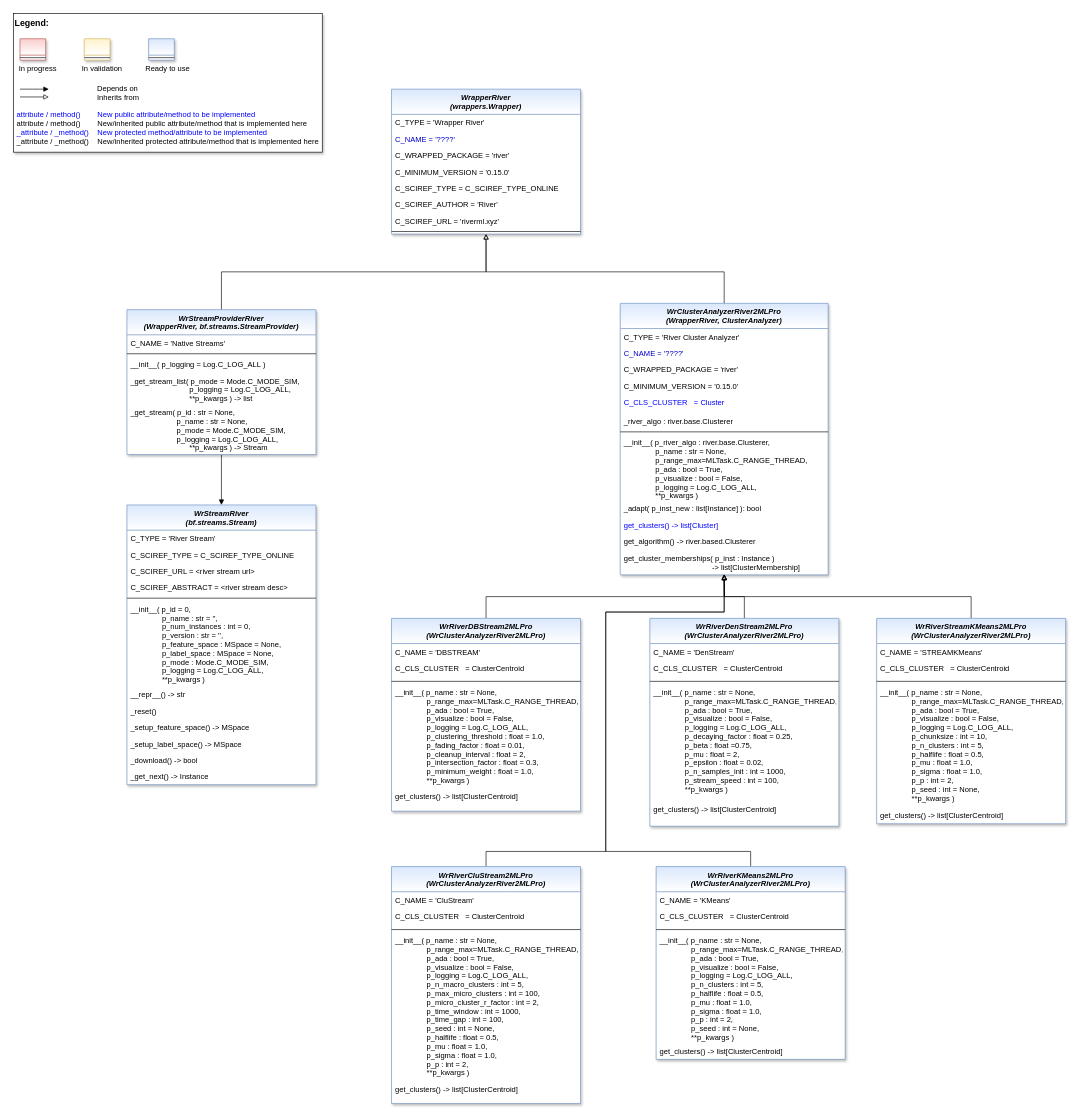
The draw.io diagram doc/rtd/content/04_appendices/appendix2/sub/wrappers/images/MLPro-Wrappers-River.drawio in fhswf/MLPro, before the edit. Source tidied: cells renumbered, new cells numbered last; positions are measured from the earlier drawing's top-left corner, leaving out a move shared by most shapes. Both pictures are drawn from the tidied source at 63%, with x=0, y=0 at pixel (13, 13).
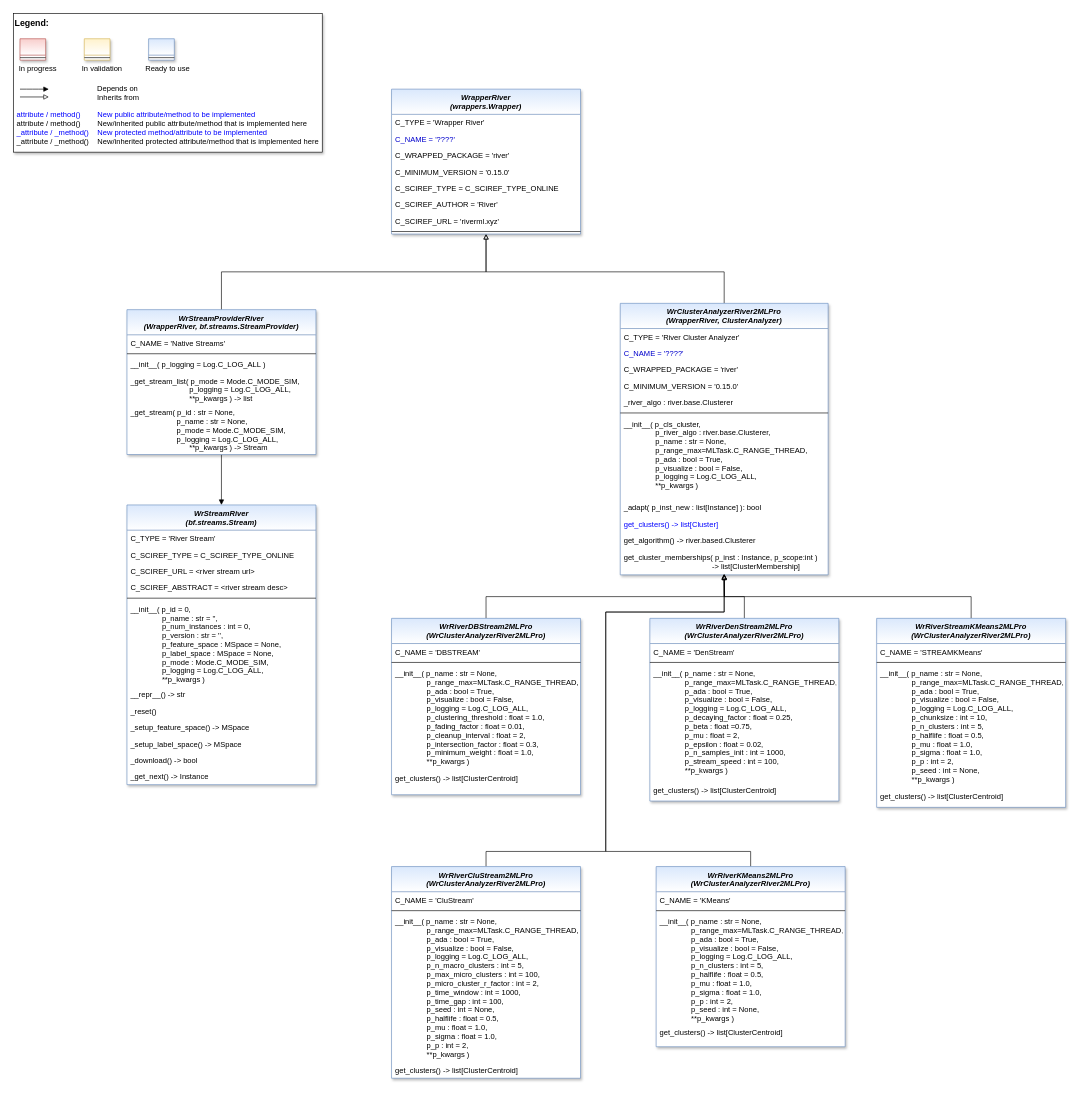
The same diagram, later.

Commit message (it also covers changes not shown here):
WR: Wrapper River 2.0.0 #735

The change refers to these unchanged cells:
```xml
<mxCell id="20" value="WrClusterAnalyzerRiver2MLPro &#10;(WrapperRiver, ClusterAnalyzer)" style="swimlane;fontStyle=3;align=center;verticalAlign=top;horizontal=1;startSize=40;rounded=0;shadow=1;strokeWidth=1;fillColor=#dae8fc;strokeColor=#6c8ebf;swimlaneFillColor=#ffffff;gradientColor=#FFFFFF;" parent="1" vertex="1">
  <mxGeometry x="963" y="460" width="330" height="431" as="geometry" />
</mxCell>
```

Diff of the diagram source:
```diff
@@
     <mxCell id="13" value="WrRiverCluStream2MLPro&#10;(WrClusterAnalyzerRiver2MLPro)" style="swimlane;fontStyle=3;align=center;verticalAlign=top;horizontal=1;startSize=40;rounded=0;shadow=1;strokeWidth=1;fillColor=#dae8fc;strokeColor=#6c8ebf;swimlaneFillColor=#ffffff;gradientColor=#FFFFFF;" parent="1" vertex="1">
-      <mxGeometry x="600" y="1354" width="300" height="376" as="geometry" />
+      <mxGeometry x="600" y="1354" width="300" height="336" as="geometry" />
     </mxCell>
@@
-    <mxCell id="15" value="C_CLS_CLUSTER   = ClusterCentroid" style="text;align=left;verticalAlign=top;spacingLeft=4;spacingRight=4;overflow=hidden;fontColor=default;" parent="13" vertex="1">
-      <mxGeometry y="66" width="300" height="30" as="geometry" />
-    </mxCell>
     <mxCell id="16" style="line;html=1;strokeWidth=1;align=left;verticalAlign=middle;spacingTop=-1;spacingLeft=3;spacingRight=3;labelPosition=right;" parent="13" vertex="1">
-      <mxGeometry y="96" width="300" height="8" as="geometry" />
+      <mxGeometry y="66" width="300" height="8" as="geometry" />
     </mxCell>
     <mxCell id="17" value="__init__( p_name : str = None,&#10;               p_range_max=MLTask.C_RANGE_THREAD,&#10;               p_ada : bool = True,&#10;               p_visualize : bool = False,&#10;               p_logging = Log.C_LOG_ALL,&#10;               p_n_macro_clusters : int = 5,&#10;               p_max_micro_clusters : int = 100,&#10;               p_micro_cluster_r_factor : int = 2,&#10;               p_time_window : int = 1000,&#10;               p_time_gap : int = 100,&#10;               p_seed : int = None,&#10;               p_halflife : float = 0.5,&#10;               p_mu : float = 1.0,&#10;               p_sigma : float = 1.0,&#10;               p_p : int = 2,&#10;               **p_kwargs )" style="text;align=left;verticalAlign=top;spacingLeft=4;spacingRight=4;overflow=hidden;fontColor=default;" parent="13" vertex="1">
-      <mxGeometry y="104" width="300" height="236" as="geometry" />
+      <mxGeometry y="74" width="300" height="236" as="geometry" />
     </mxCell>
     <mxCell id="18" value="get_clusters() -&gt; list[ClusterCentroid]" style="text;align=left;verticalAlign=top;spacingLeft=4;spacingRight=4;overflow=hidden;fontColor=default;" parent="13" vertex="1">
-      <mxGeometry y="340" width="300" height="26" as="geometry" />
+      <mxGeometry y="310" width="300" height="26" as="geometry" />
     </mxCell>
@@
-    <mxCell id="25" value="C_CLS_CLUSTER   = Cluster" style="text;align=left;verticalAlign=top;spacingLeft=4;spacingRight=4;overflow=hidden;fontColor=#0000FF;" parent="20" vertex="1">
-      <mxGeometry y="144" width="330" height="30" as="geometry" />
-    </mxCell>
     <mxCell id="26" value="_river_algo : river.base.Clusterer" style="text;align=left;verticalAlign=top;spacingLeft=4;spacingRight=4;overflow=hidden;fontColor=default;" parent="20" vertex="1">
-      <mxGeometry y="174" width="330" height="26" as="geometry" />
+      <mxGeometry y="144" width="330" height="26" as="geometry" />
     </mxCell>
     <mxCell id="27" style="line;html=1;strokeWidth=1;align=left;verticalAlign=middle;spacingTop=-1;spacingLeft=3;spacingRight=3;labelPosition=right;" parent="20" vertex="1">
-      <mxGeometry y="200" width="330" height="8" as="geometry" />
+      <mxGeometry y="170" width="330" height="8" as="geometry" />
     </mxCell>
-    <mxCell id="28" value="__init__( p_river_algo : river.base.Clusterer,&#10;               p_name : str = None,&#10;               p_range_max=MLTask.C_RANGE_THREAD,&#10;               p_ada : bool = True,&#10;               p_visualize : bool = False,&#10;               p_logging = Log.C_LOG_ALL,&#10;               **p_kwargs )" style="text;align=left;verticalAlign=top;spacingLeft=4;spacingRight=4;overflow=hidden;fontColor=default;" parent="20" vertex="1">
-      <mxGeometry y="208" width="330" height="104" as="geometry" />
+    <mxCell id="28" value="__init__( p_cls_cluster,&#10;               p_river_algo : river.base.Clusterer,&#10;               p_name : str = None,&#10;               p_range_max=MLTask.C_RANGE_THREAD,&#10;               p_ada : bool = True,&#10;               p_visualize : bool = False,&#10;               p_logging = Log.C_LOG_ALL,&#10;               **p_kwargs )" style="text;align=left;verticalAlign=top;spacingLeft=4;spacingRight=4;overflow=hidden;fontColor=default;" parent="20" vertex="1">
+      <mxGeometry y="178" width="330" height="132" as="geometry" />
     </mxCell>
     <mxCell id="29" value="_adapt( p_inst_new : list[Instance] ): bool" style="text;align=left;verticalAlign=top;spacingLeft=4;spacingRight=4;overflow=hidden;fontColor=default;" parent="20" vertex="1">
-      <mxGeometry y="312" width="330" height="27" as="geometry" />
+      <mxGeometry y="310" width="330" height="27" as="geometry" />
     </mxCell>
     <mxCell id="30" value="get_clusters() -&gt; list[Cluster]" style="text;align=left;verticalAlign=top;spacingLeft=4;spacingRight=4;overflow=hidden;fontColor=#0000FF;" parent="20" vertex="1">
-      <mxGeometry y="339" width="330" height="26" as="geometry" />
+      <mxGeometry y="337" width="330" height="26" as="geometry" />
     </mxCell>
     <mxCell id="31" value="get_algorithm() -&gt; river.based.Clusterer" style="text;align=left;verticalAlign=top;spacingLeft=4;spacingRight=4;overflow=hidden;fontColor=default;" parent="20" vertex="1">
-      <mxGeometry y="365" width="330" height="27" as="geometry" />
+      <mxGeometry y="363" width="330" height="27" as="geometry" />
     </mxCell>
-    <mxCell id="32" value="get_cluster_memberships( p_inst : Instance ) &#10;                                          -&gt; list[ClusterMembership]" style="text;align=left;verticalAlign=top;spacingLeft=4;spacingRight=4;overflow=hidden;points=[[0,0.5],[1,0.5]];portConstraint=eastwest;fontColor=#000000;" parent="20" vertex="1">
-      <mxGeometry y="392" width="330" height="39" as="geometry" />
+    <mxCell id="32" value="get_cluster_memberships( p_inst : Instance, p_scope:int ) &#10;                                          -&gt; list[ClusterMembership]" style="text;align=left;verticalAlign=top;spacingLeft=4;spacingRight=4;overflow=hidden;points=[[0,0.5],[1,0.5]];portConstraint=eastwest;fontColor=#000000;" parent="20" vertex="1">
+      <mxGeometry y="390" width="330" height="39" as="geometry" />
     </mxCell>
@@
     <mxCell id="34" value="WrRiverDBStream2MLPro&#10;(WrClusterAnalyzerRiver2MLPro)" style="swimlane;fontStyle=3;align=center;verticalAlign=top;horizontal=1;startSize=40;rounded=0;shadow=1;strokeWidth=1;fillColor=#dae8fc;strokeColor=#6c8ebf;swimlaneFillColor=#ffffff;gradientColor=#FFFFFF;" parent="1" vertex="1">
-      <mxGeometry x="600" y="960" width="300" height="306" as="geometry" />
+      <mxGeometry x="600" y="960" width="300" height="280" as="geometry" />
     </mxCell>
@@
-    <mxCell id="36" value="C_CLS_CLUSTER   = ClusterCentroid" style="text;align=left;verticalAlign=top;spacingLeft=4;spacingRight=4;overflow=hidden;fontColor=default;" parent="34" vertex="1">
-      <mxGeometry y="66" width="300" height="30" as="geometry" />
-    </mxCell>
     <mxCell id="37" style="line;html=1;strokeWidth=1;align=left;verticalAlign=middle;spacingTop=-1;spacingLeft=3;spacingRight=3;labelPosition=right;" parent="34" vertex="1">
-      <mxGeometry y="96" width="300" height="8" as="geometry" />
+      <mxGeometry y="66" width="300" height="8" as="geometry" />
     </mxCell>
     <mxCell id="38" value="__init__( p_name : str = None,&#10;               p_range_max=MLTask.C_RANGE_THREAD,&#10;               p_ada : bool = True,&#10;               p_visualize : bool = False,&#10;               p_logging = Log.C_LOG_ALL,&#10;               p_clustering_threshold : float = 1.0,&#10;               p_fading_factor : float = 0.01,&#10;               p_cleanup_interval : float = 2,&#10;               p_intersection_factor : float = 0.3,&#10;               p_minimum_weight : float = 1.0,                 &#10;               **p_kwargs )" style="text;align=left;verticalAlign=top;spacingLeft=4;spacingRight=4;overflow=hidden;fontColor=default;" parent="34" vertex="1">
-      <mxGeometry y="104" width="300" height="166" as="geometry" />
+      <mxGeometry y="74" width="300" height="166" as="geometry" />
     </mxCell>
     <mxCell id="39" value="get_clusters() -&gt; list[ClusterCentroid]" style="text;align=left;verticalAlign=top;spacingLeft=4;spacingRight=4;overflow=hidden;fontColor=default;" parent="34" vertex="1">
-      <mxGeometry y="270" width="300" height="26" as="geometry" />
+      <mxGeometry y="240" width="300" height="26" as="geometry" />
     </mxCell>
@@
     <mxCell id="41" value="WrRiverDenStream2MLPro&#10;(WrClusterAnalyzerRiver2MLPro)" style="swimlane;fontStyle=3;align=center;verticalAlign=top;horizontal=1;startSize=40;rounded=0;shadow=1;strokeWidth=1;fillColor=#dae8fc;strokeColor=#6c8ebf;swimlaneFillColor=#ffffff;gradientColor=#FFFFFF;" parent="1" vertex="1">
-      <mxGeometry x="1010" y="960" width="300" height="330" as="geometry" />
+      <mxGeometry x="1010" y="960" width="300" height="290" as="geometry" />
     </mxCell>
@@
-    <mxCell id="43" value="C_CLS_CLUSTER   = ClusterCentroid" style="text;align=left;verticalAlign=top;spacingLeft=4;spacingRight=4;overflow=hidden;fontColor=default;" parent="41" vertex="1">
-      <mxGeometry y="66" width="300" height="30" as="geometry" />
-    </mxCell>
     <mxCell id="44" style="line;html=1;strokeWidth=1;align=left;verticalAlign=middle;spacingTop=-1;spacingLeft=3;spacingRight=3;labelPosition=right;" parent="41" vertex="1">
-      <mxGeometry y="96" width="300" height="8" as="geometry" />
+      <mxGeometry y="66" width="300" height="8" as="geometry" />
     </mxCell>
     <mxCell id="45" value="__init__( p_name : str = None,&#10;               p_range_max=MLTask.C_RANGE_THREAD,&#10;               p_ada : bool = True,&#10;               p_visualize : bool = False,&#10;               p_logging = Log.C_LOG_ALL,&#10;               p_decaying_factor : float = 0.25,&#10;               p_beta : float =0.75,&#10;               p_mu : float = 2,&#10;               p_epsilon : float = 0.02,&#10;               p_n_samples_init : int = 1000,&#10;               p_stream_speed : int = 100,                 &#10;               **p_kwargs )" style="text;align=left;verticalAlign=top;spacingLeft=4;spacingRight=4;overflow=hidden;fontColor=default;" parent="41" vertex="1">
-      <mxGeometry y="104" width="300" height="186" as="geometry" />
+      <mxGeometry y="74" width="300" height="186" as="geometry" />
     </mxCell>
     <mxCell id="46" value="get_clusters() -&gt; list[ClusterCentroid]" style="text;align=left;verticalAlign=top;spacingLeft=4;spacingRight=4;overflow=hidden;fontColor=default;" parent="41" vertex="1">
-      <mxGeometry y="290" width="300" height="26" as="geometry" />
+      <mxGeometry y="260" width="300" height="26" as="geometry" />
     </mxCell>
@@
     <mxCell id="78" value="WrRiverKMeans2MLPro&#10;(WrClusterAnalyzerRiver2MLPro)" style="swimlane;fontStyle=3;align=center;verticalAlign=top;horizontal=1;startSize=40;rounded=0;shadow=1;strokeWidth=1;fillColor=#dae8fc;strokeColor=#6c8ebf;swimlaneFillColor=#ffffff;gradientColor=#FFFFFF;" parent="1" vertex="1">
-      <mxGeometry x="1020" y="1354" width="300" height="306" as="geometry" />
+      <mxGeometry x="1020" y="1354" width="300" height="286" as="geometry" />
     </mxCell>
@@
-    <mxCell id="80" value="C_CLS_CLUSTER   = ClusterCentroid" style="text;align=left;verticalAlign=top;spacingLeft=4;spacingRight=4;overflow=hidden;fontColor=default;" parent="78" vertex="1">
-      <mxGeometry y="66" width="300" height="30" as="geometry" />
-    </mxCell>
     <mxCell id="81" style="line;html=1;strokeWidth=1;align=left;verticalAlign=middle;spacingTop=-1;spacingLeft=3;spacingRight=3;labelPosition=right;" parent="78" vertex="1">
-      <mxGeometry y="96" width="300" height="8" as="geometry" />
+      <mxGeometry y="66" width="300" height="8" as="geometry" />
     </mxCell>
     <mxCell id="82" value="__init__( p_name : str = None,&#10;               p_range_max=MLTask.C_RANGE_THREAD,&#10;               p_ada : bool = True,&#10;               p_visualize : bool = False,&#10;               p_logging = Log.C_LOG_ALL,&#10;               p_n_clusters : int = 5,&#10;               p_halflife : float = 0.5,&#10;               p_mu : float = 1.0,&#10;               p_sigma : float = 1.0,&#10;               p_p : int = 2,&#10;               p_seed : int = None,&#10;               **p_kwargs )" style="text;align=left;verticalAlign=top;spacingLeft=4;spacingRight=4;overflow=hidden;fontColor=default;" parent="78" vertex="1">
-      <mxGeometry y="104" width="300" height="176" as="geometry" />
+      <mxGeometry y="74" width="300" height="176" as="geometry" />
     </mxCell>
     <mxCell id="83" value="get_clusters() -&gt; list[ClusterCentroid]" style="text;align=left;verticalAlign=top;spacingLeft=4;spacingRight=4;overflow=hidden;fontColor=default;" parent="78" vertex="1">
-      <mxGeometry y="280" width="300" height="26" as="geometry" />
+      <mxGeometry y="250" width="300" height="26" as="geometry" />
     </mxCell>
@@
     <mxCell id="85" value="WrRiverStreamKMeans2MLPro&#10;(WrClusterAnalyzerRiver2MLPro)" style="swimlane;fontStyle=3;align=center;verticalAlign=top;horizontal=1;startSize=40;rounded=0;shadow=1;strokeWidth=1;fillColor=#dae8fc;strokeColor=#6c8ebf;swimlaneFillColor=#ffffff;gradientColor=#FFFFFF;" parent="1" vertex="1">
-      <mxGeometry x="1370" y="960" width="300" height="326" as="geometry" />
+      <mxGeometry x="1370" y="960" width="300" height="300" as="geometry" />
     </mxCell>
@@
-    <mxCell id="87" value="C_CLS_CLUSTER   = ClusterCentroid" style="text;align=left;verticalAlign=top;spacingLeft=4;spacingRight=4;overflow=hidden;fontColor=default;" parent="85" vertex="1">
-      <mxGeometry y="66" width="300" height="30" as="geometry" />
-    </mxCell>
     <mxCell id="88" style="line;html=1;strokeWidth=1;align=left;verticalAlign=middle;spacingTop=-1;spacingLeft=3;spacingRight=3;labelPosition=right;" parent="85" vertex="1">
-      <mxGeometry y="96" width="300" height="8" as="geometry" />
+      <mxGeometry y="66" width="300" height="8" as="geometry" />
     </mxCell>
     <mxCell id="89" value="__init__( p_name : str = None,&#10;               p_range_max=MLTask.C_RANGE_THREAD,&#10;               p_ada : bool = True,&#10;               p_visualize : bool = False,&#10;               p_logging = Log.C_LOG_ALL,&#10;               p_chunksize : int = 10,&#10;               p_n_clusters : int = 5,&#10;               p_halflife : float = 0.5,&#10;               p_mu : float = 1.0,&#10;               p_sigma : float = 1.0,&#10;               p_p : int = 2,&#10;               p_seed : int = None,&#10;               **p_kwargs )" style="text;align=left;verticalAlign=top;spacingLeft=4;spacingRight=4;overflow=hidden;fontColor=default;" parent="85" vertex="1">
-      <mxGeometry y="104" width="300" height="196" as="geometry" />
+      <mxGeometry y="74" width="300" height="196" as="geometry" />
     </mxCell>
     <mxCell id="90" value="get_clusters() -&gt; list[ClusterCentroid]" style="text;align=left;verticalAlign=top;spacingLeft=4;spacingRight=4;overflow=hidden;fontColor=default;" parent="85" vertex="1">
-      <mxGeometry y="300" width="300" height="26" as="geometry" />
+      <mxGeometry y="270" width="300" height="26" as="geometry" />
     </mxCell>
```
